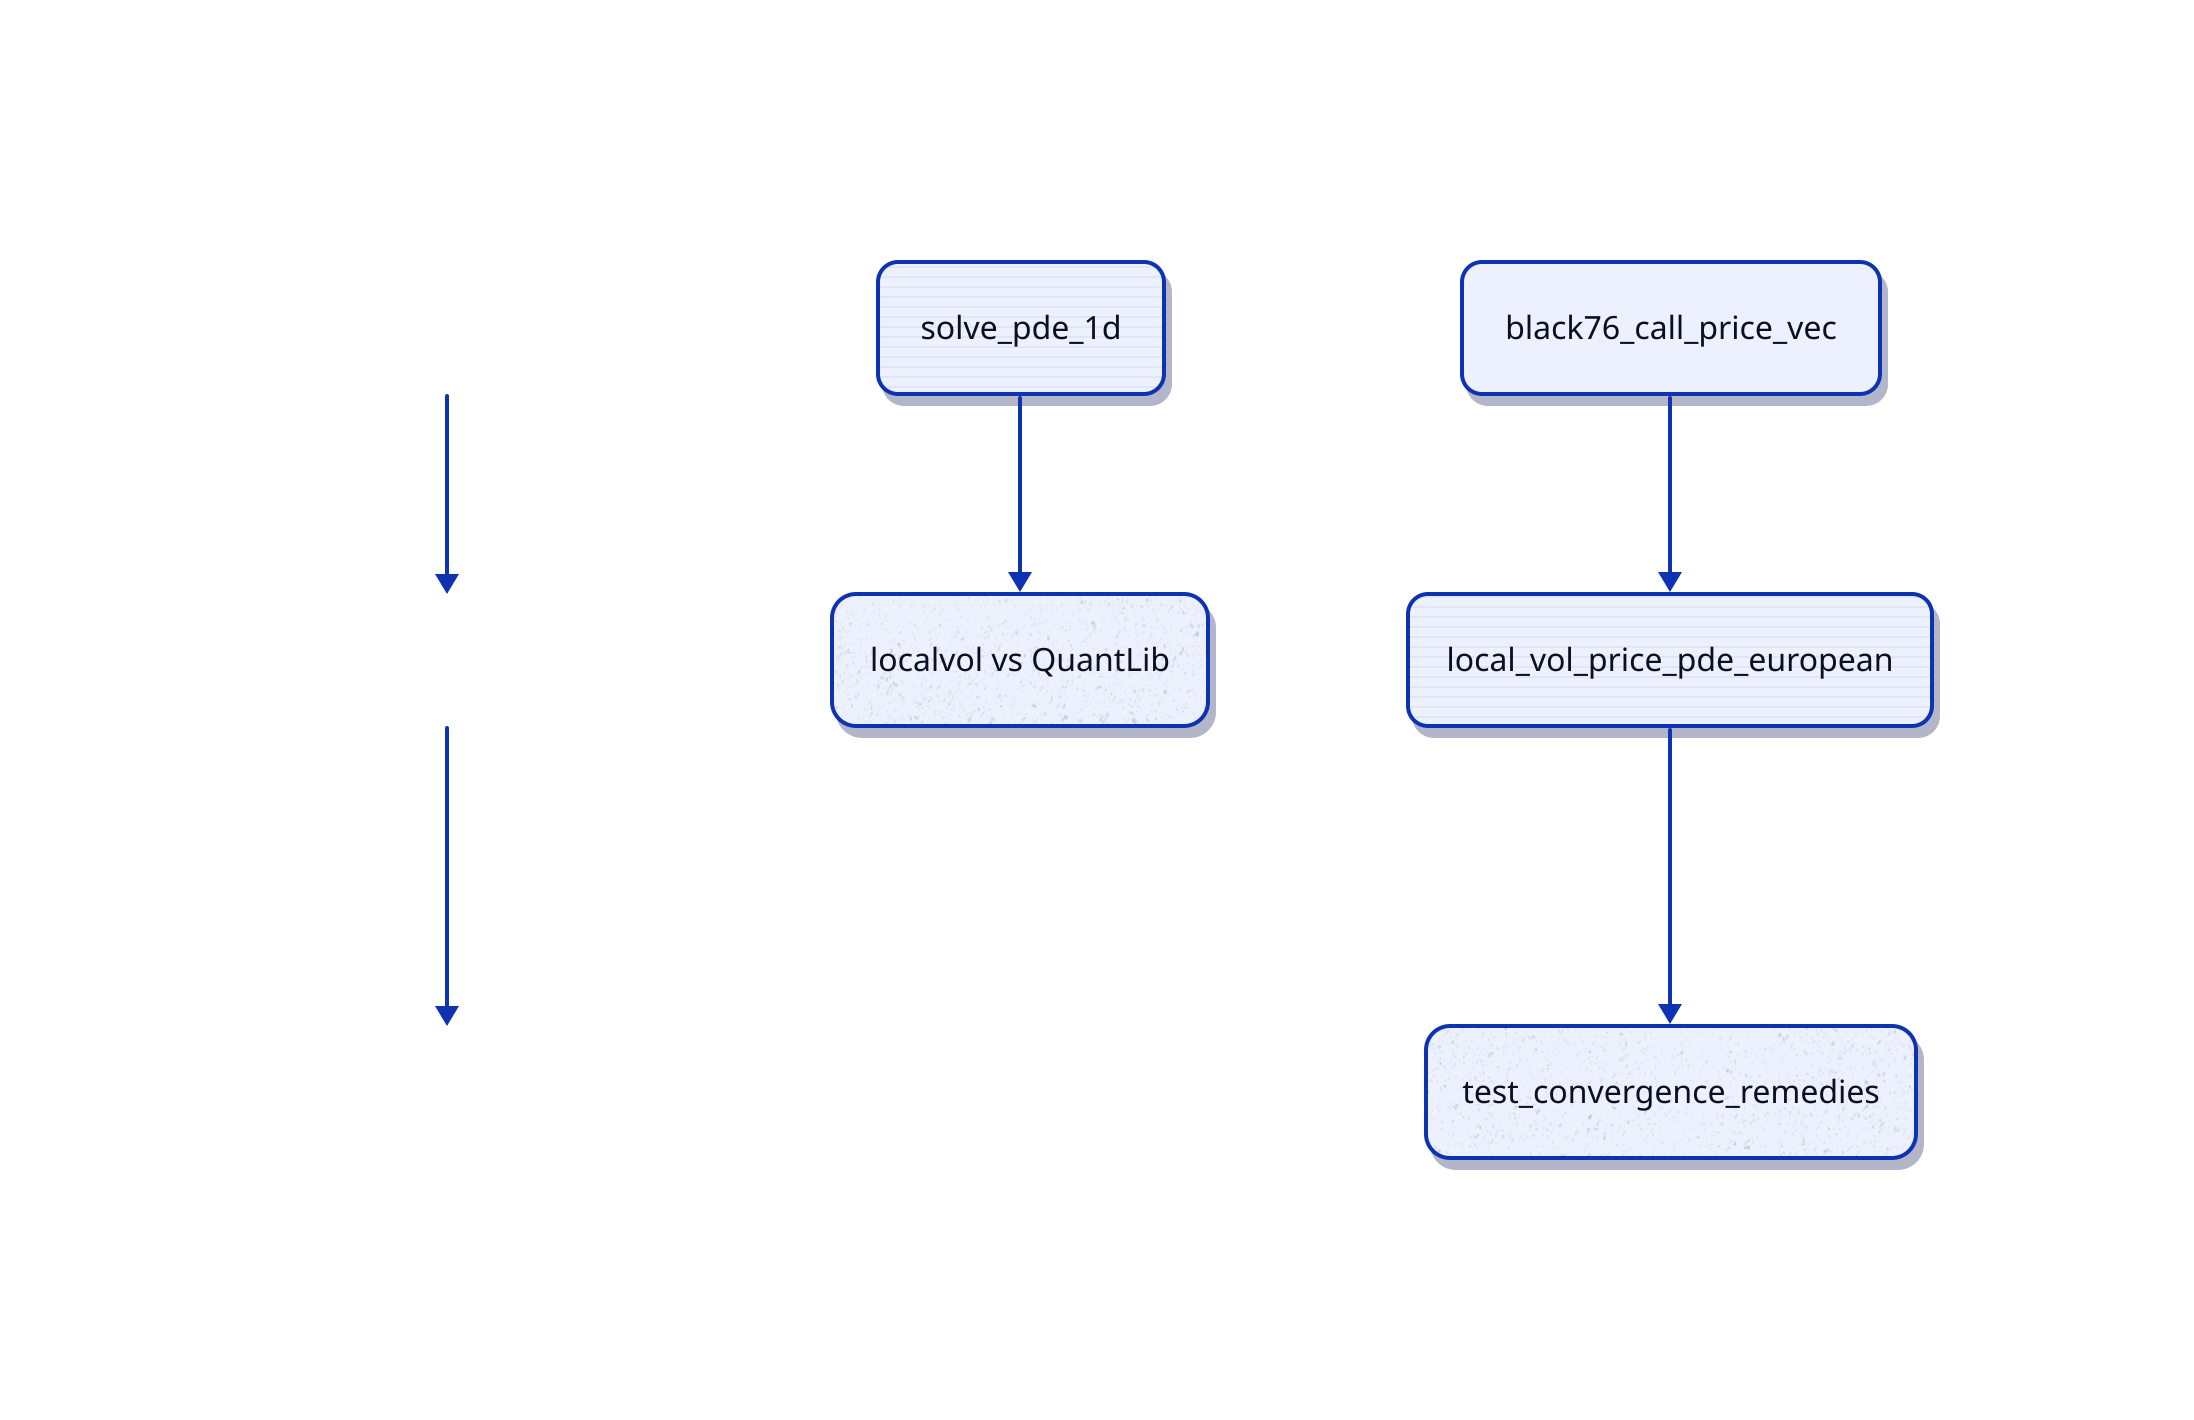
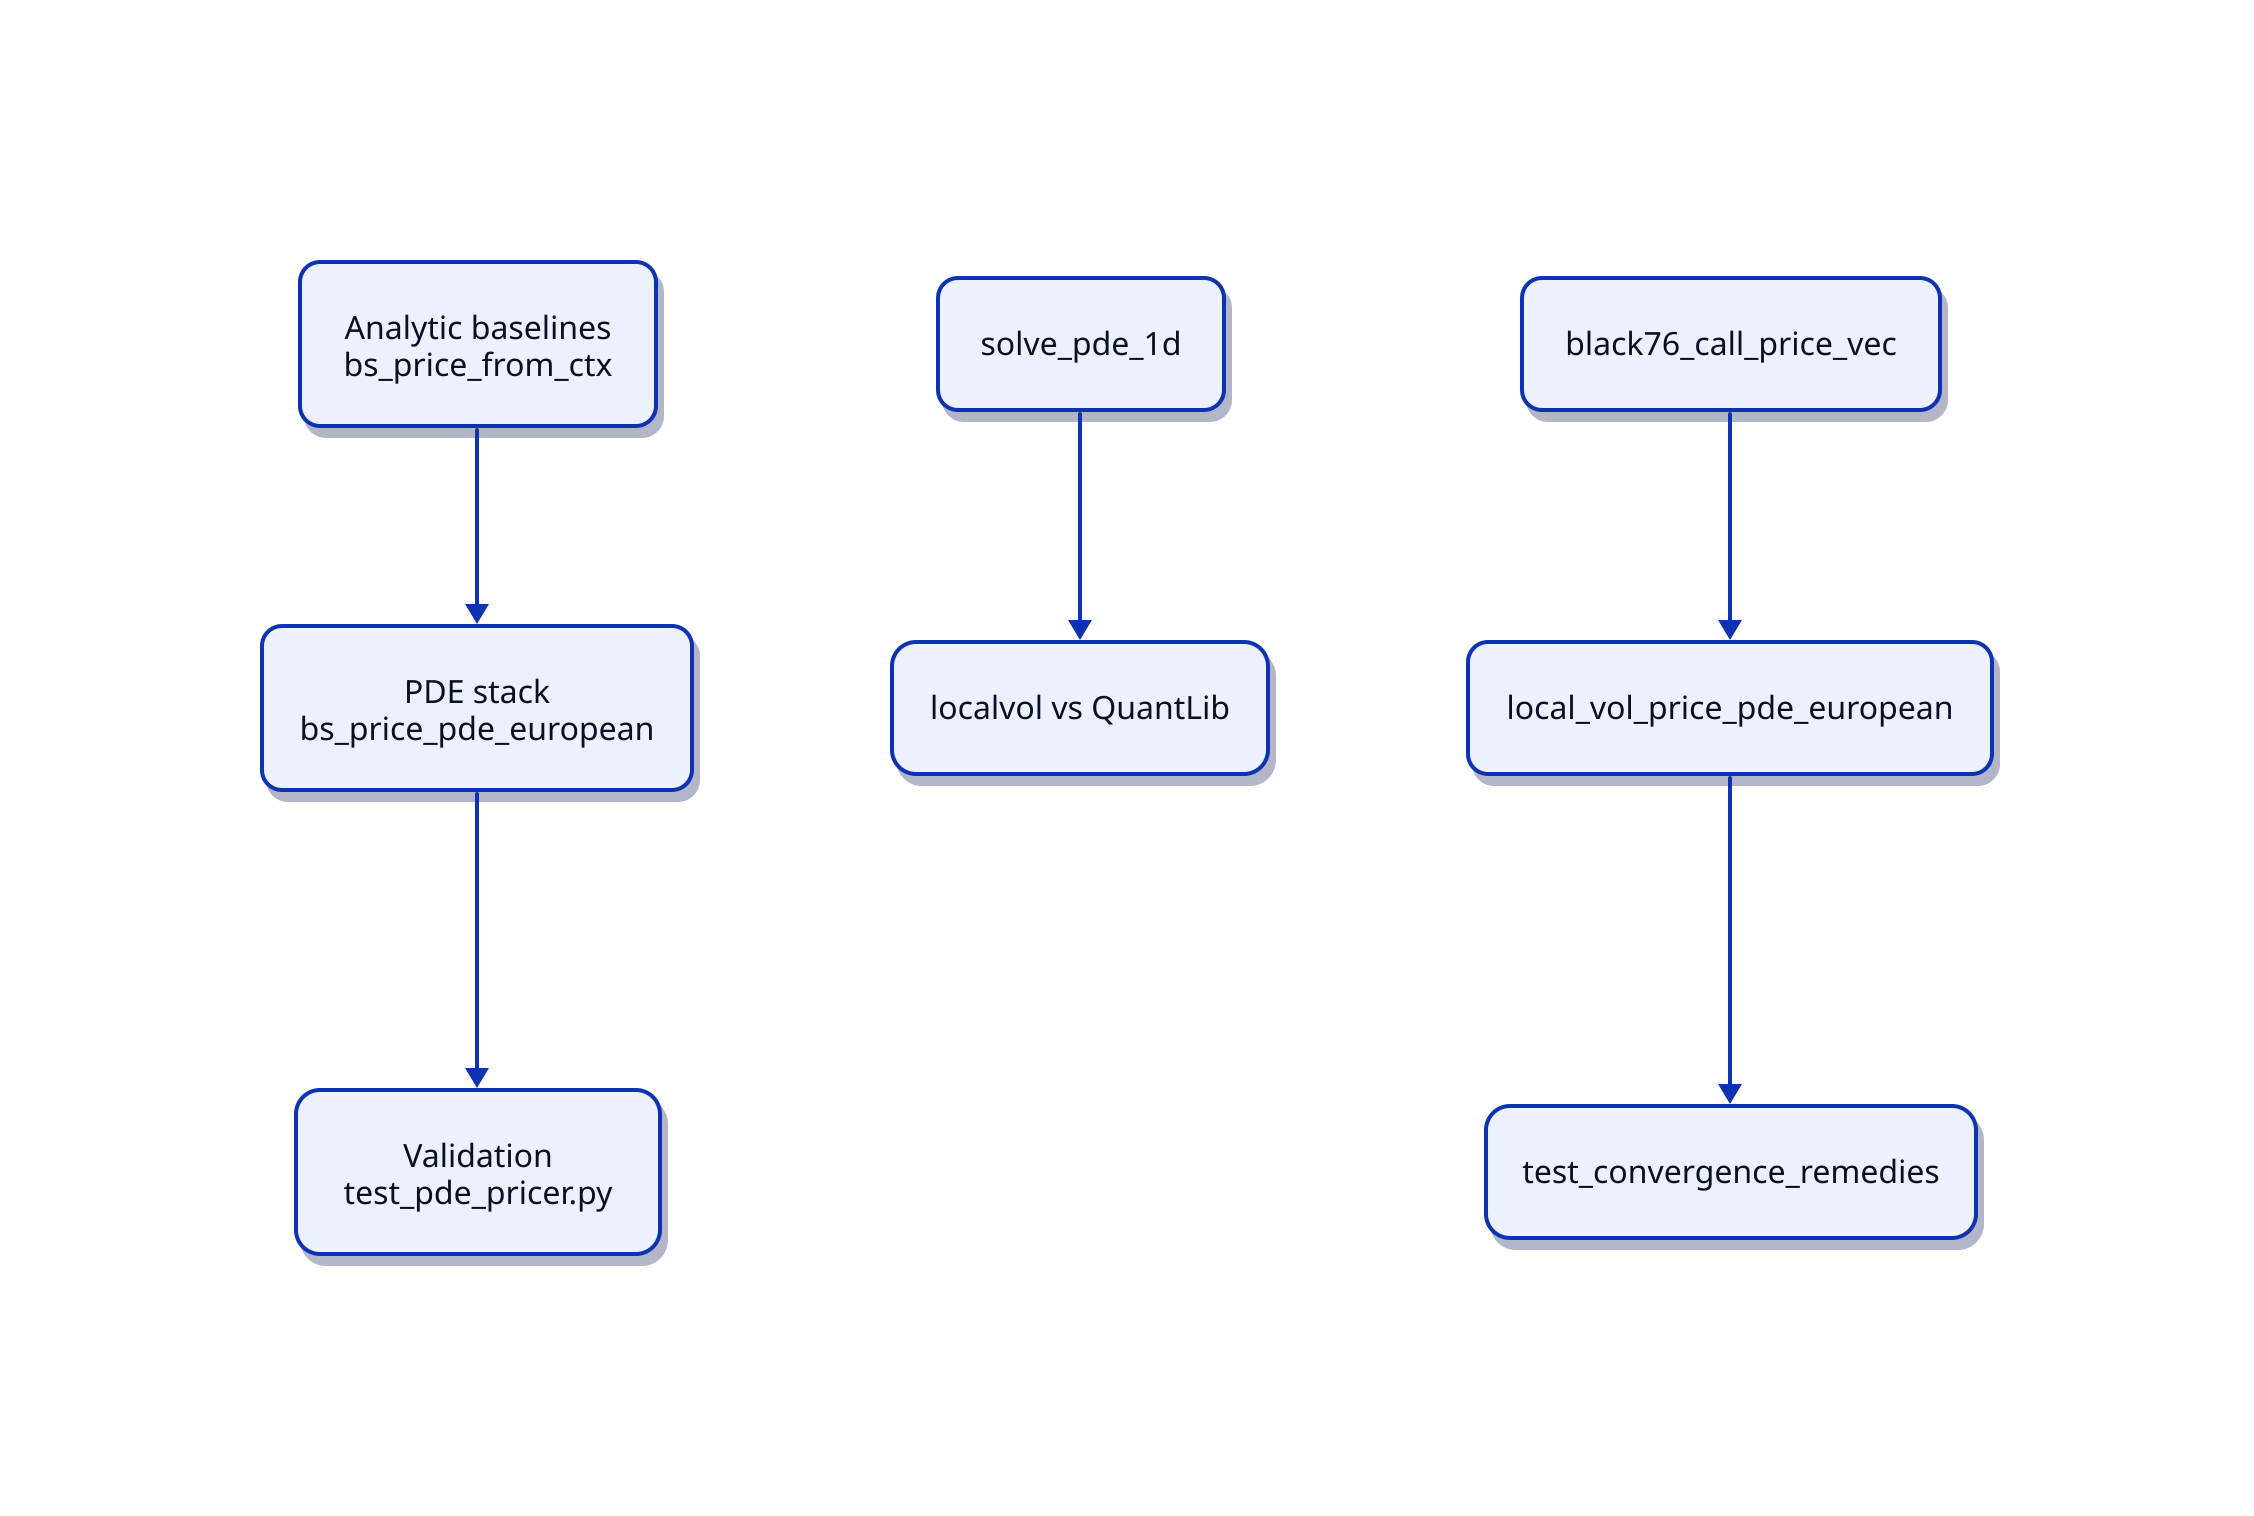
"""Validation stack diagram."""

direction: down

classes: {
  card: {
    style: {
      stroke-width: 2
      border-radius: 10
      shadow: true
    }
  }

  accent: {
    style: {
      stroke-width: 2
      border-radius: 10
      shadow: true
-       fill-pattern: lines
    }
  }

  warm: {
    style: {
      stroke-width: 2
      border-radius: 12
      shadow: true
-       fill-pattern: grain
    }
  }

  row: {
    style: {
      fill: transparent
      stroke: transparent
    }
  }
}

row_1: "" {
  class: row
  direction: right

-   analytic: |md
- **Analytic baselines**
- 
- `bs_price_from_ctx`
- |
+   analytic: "Analytic baselines\nbs_price_from_ctx"
  analytic.class: card

-   pde_stack: |md
- **PDE stack**
- 
- `bs_price_pde_european`
- |
+   pde_stack: "PDE stack\nbs_price_pde_european"
  pde_stack.class: accent

-   validation: |md
- **Validation**
- 
- `test_pde_pricer.py`
- |
+   validation: "Validation\ntest_pde_pricer.py"
  validation.class: warm

  analytic -> pde_stack -> validation
}

row_2: "" {
  class: row
  direction: right

  black76: "black76_call_price_vec"
  black76.class: card

  localvol_pde: "local_vol_price_pde_european"
  localvol_pde.class: accent

  convergence: "test_convergence_remedies"
  convergence.class: warm

  black76 -> localvol_pde -> convergence
}

row_3: "" {
  class: row
  direction: right

  solve: "solve_pde_1d"
  solve.class: accent

  ql: "localvol vs QuantLib"
  ql.class: warm

  solve -> ql
}
